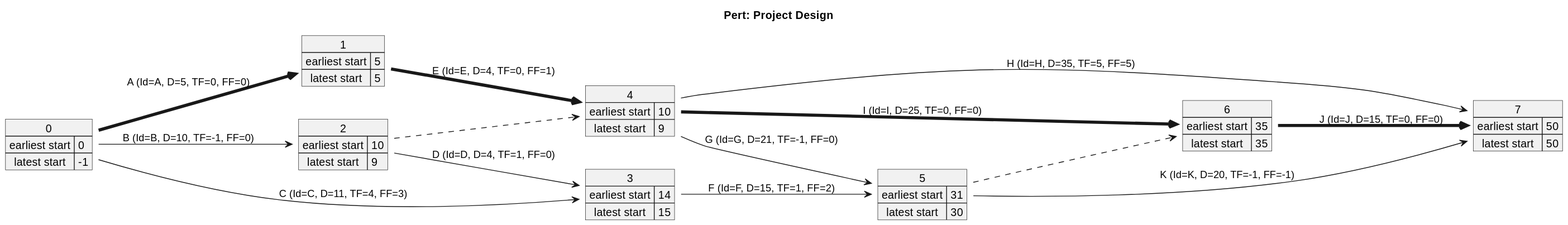
The PlantUML diagram __temp__/PERT.svg in SCWM-P/PM_code_LLM_plantuml, before a commit. The source it was exported from:
```plantuml
@startuml
left to right direction
title Pert: Project Design

map 0 {
    earliest start => 0
    latest start => -1
}
map 1 {
    earliest start => 5
    latest start => 5
}
map 2 {
    earliest start => 10
    latest start => 9
}
map 3 {
    earliest start => 14
    latest start => 15
}
map 4 {
    earliest start => 10
    latest start => 9
}
map 5 {
    earliest start => 31
    latest start => 30
}
map 6 {
    earliest start => 35
    latest start => 35
}
map 7 {
    earliest start => 50
    latest start => 50
}
0 -[thickness=4]-> 1 : A (Id=A, D=5, TF=0, FF=0)
0 --> 2 : B (Id=B, D=10, TF=-1, FF=0)
0 --> 3 : C (Id=C, D=11, TF=4, FF=3)
1 -[thickness=4]-> 4 : E (Id=E, D=4, TF=0, FF=1)
2 --> 3 : D (Id=D, D=4, TF=1, FF=0)
2 -[dashed]-> 4
3 --> 5 : F (Id=F, D=15, TF=1, FF=2)
4 --> 5 : G (Id=G, D=21, TF=-1, FF=0)
4 --> 7 : H (Id=H, D=35, TF=5, FF=5)
4 -[thickness=4]-> 6 : I (Id=I, D=25, TF=0, FF=0)
5 --> 7 : K (Id=K, D=20, TF=-1, FF=-1)
5 -[dashed]-> 6
6 -[thickness=4]-> 7 : J (Id=J, D=15, TF=0, FF=0)
@enduml
```
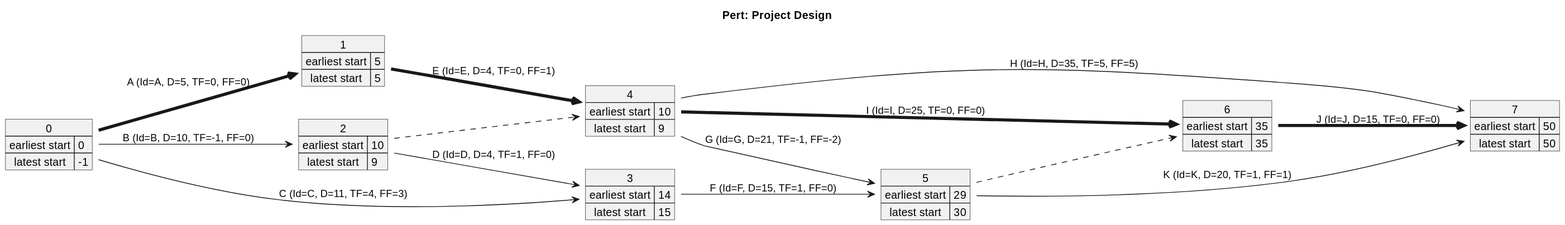
After the commit.

What changed in the source:
```diff
@@ -23,7 +23,7 @@
     latest start => 9
 }
 map 5 {
-    earliest start => 31
+    earliest start => 29
     latest start => 30
 }
 map 6 {
@@ -40,11 +40,11 @@
 1 -[thickness=4]-> 4 : E (Id=E, D=4, TF=0, FF=1)
 2 --> 3 : D (Id=D, D=4, TF=1, FF=0)
 2 -[dashed]-> 4
-3 --> 5 : F (Id=F, D=15, TF=1, FF=2)
-4 --> 5 : G (Id=G, D=21, TF=-1, FF=0)
+3 --> 5 : F (Id=F, D=15, TF=1, FF=0)
+4 --> 5 : G (Id=G, D=21, TF=-1, FF=-2)
 4 --> 7 : H (Id=H, D=35, TF=5, FF=5)
 4 -[thickness=4]-> 6 : I (Id=I, D=25, TF=0, FF=0)
-5 --> 7 : K (Id=K, D=20, TF=-1, FF=-1)
+5 --> 7 : K (Id=K, D=20, TF=1, FF=1)
 5 -[dashed]-> 6
 6 -[thickness=4]-> 7 : J (Id=J, D=15, TF=0, FF=0)
 @enduml
```
